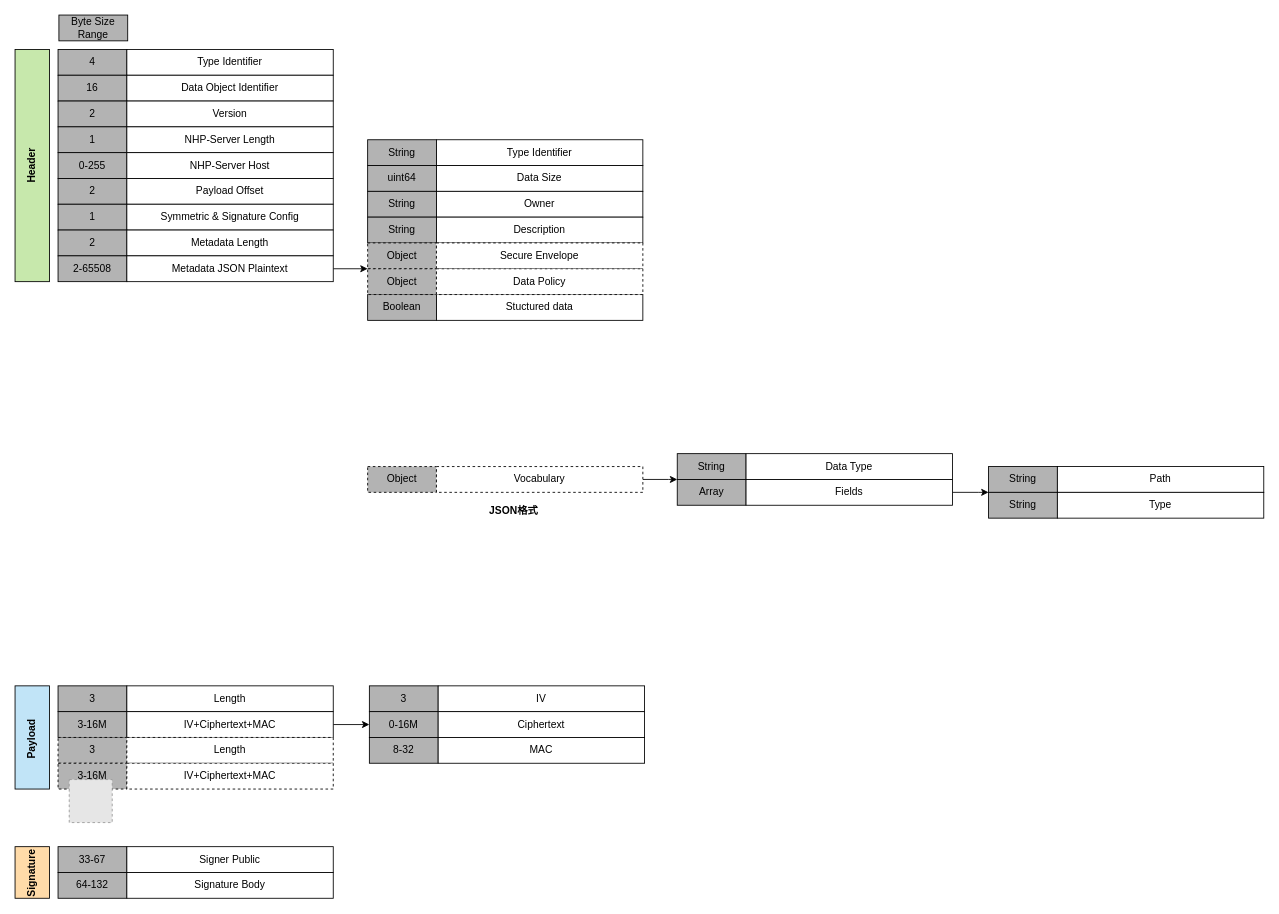
Before: dhp/ZTDO.structure.drawio in wenhulove333/opendhp, a draw.io diagram. Source tidied: cells renumbered, new cells numbered last; positions are measured from the earlier drawing's top-left corner, leaving out a move shared by most shapes. Both pictures are drawn from the tidied source at 86%, with x=0, y=0 at pixel (6, 15). Pictures stored in the file or linked from it are replaced by grey dashed boxes.
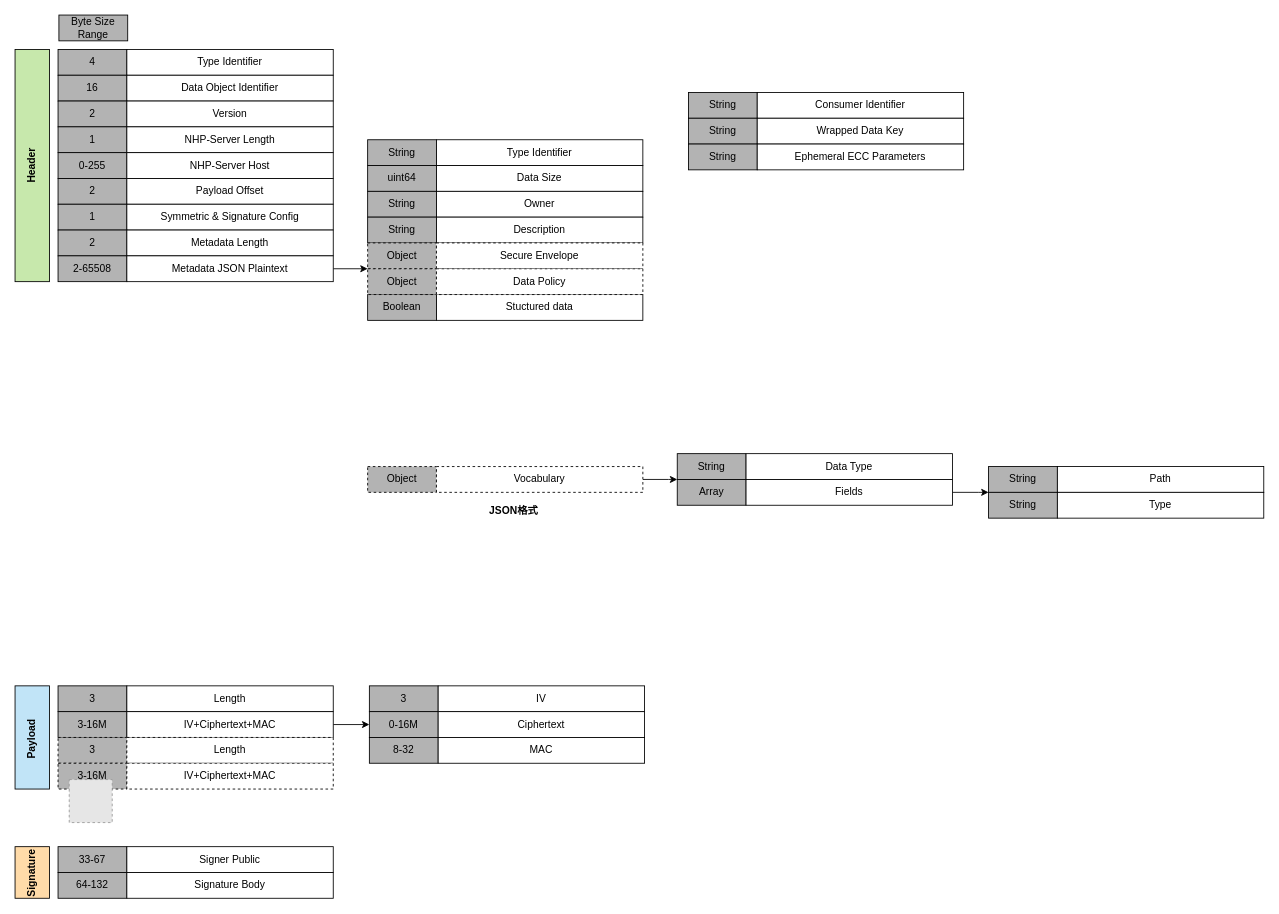
The same page after the edit.

Change to the diagram source:
```diff
@@
+    <mxCell id="77" value="String" style="rounded=0;whiteSpace=wrap;html=1;fillColor=#B3B3B3;strokeColor=default;" parent="1" vertex="1">
+      <mxGeometry x="793" y="90" width="80" height="30" as="geometry" />
+    </mxCell>
+    <mxCell id="78" value="Consumer Identifier" style="rounded=0;whiteSpace=wrap;html=1;" parent="1" vertex="1">
+      <mxGeometry x="873" y="90" width="240" height="30" as="geometry" />
+    </mxCell>
+    <mxCell id="79" value="String" style="rounded=0;whiteSpace=wrap;html=1;fillColor=#B3B3B3;strokeColor=default;" parent="1" vertex="1">
+      <mxGeometry x="793" y="120" width="80" height="30" as="geometry" />
+    </mxCell>
+    <mxCell id="80" value="Wrapped Data Key" style="rounded=0;whiteSpace=wrap;html=1;" parent="1" vertex="1">
+      <mxGeometry x="873" y="120" width="240" height="30" as="geometry" />
+    </mxCell>
+    <mxCell id="81" value="String" style="rounded=0;whiteSpace=wrap;html=1;fillColor=#B3B3B3;strokeColor=default;" parent="1" vertex="1">
+      <mxGeometry x="793" y="150" width="80" height="30" as="geometry" />
+    </mxCell>
+    <mxCell id="82" value="Ephemeral ECC Parameters" style="rounded=0;whiteSpace=wrap;html=1;" parent="1" vertex="1">
+      <mxGeometry x="873" y="150" width="240" height="30" as="geometry" />
+    </mxCell>
```
